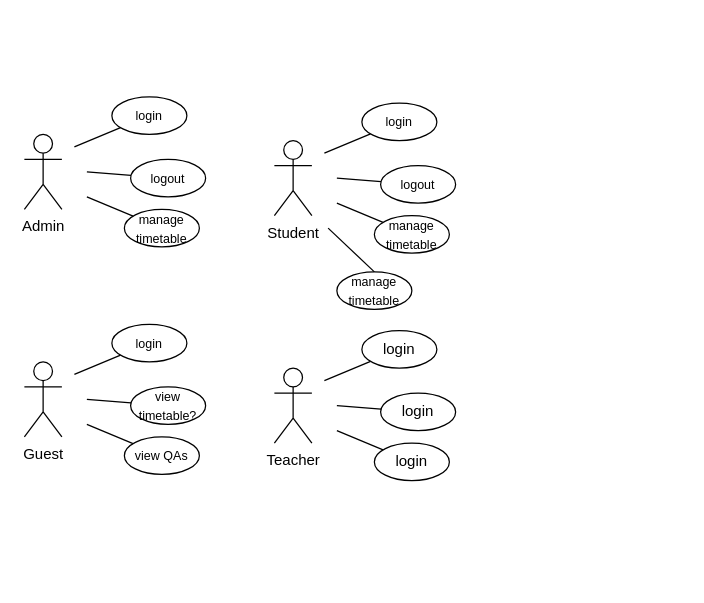
JackSuuu/SEPP-coursework keeps this draw.io diagram as Untitled Diagram.drawio. Above is the earlier version. Source tidied: cells renumbered, new cells numbered last; positions are measured from the earlier drawing's top-left corner, leaving out a move shared by most shapes. Both pictures are drawn from the tidied source at 125%, with x=0, y=0 at pixel (24, 96).
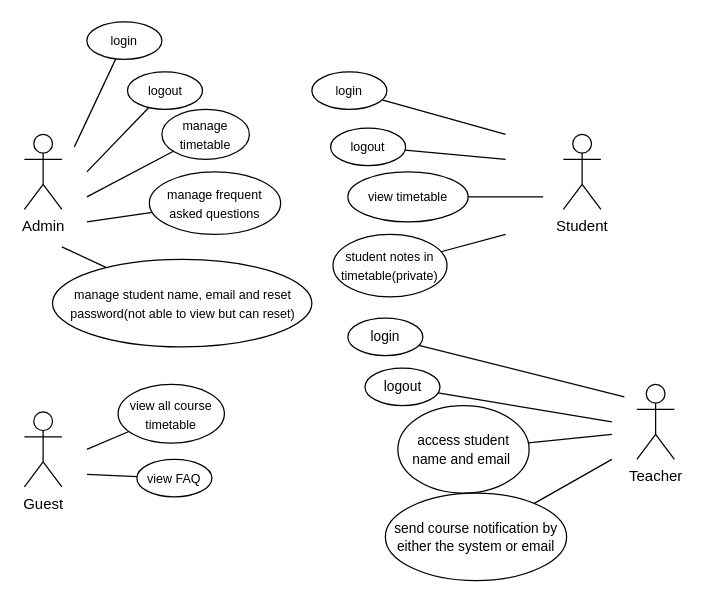
Above is the later version.

Diff of the diagram source:
```diff
@@
     <mxCell id="4" value="&lt;font style=&quot;font-size: 10px;&quot;&gt;login&lt;/font&gt;" style="ellipse;whiteSpace=wrap;html=1;" parent="1" vertex="1">
-      <mxGeometry x="70" width="60" height="30" as="geometry" />
+      <mxGeometry x="50" y="-60" width="60" height="30" as="geometry" />
     </mxCell>
@@
     <mxCell id="6" value="&lt;font style=&quot;font-size: 10px;&quot;&gt;logout&lt;/font&gt;" style="ellipse;whiteSpace=wrap;html=1;" parent="1" vertex="1">
-      <mxGeometry x="85" y="50" width="60" height="30" as="geometry" />
+      <mxGeometry x="82.5" y="-20" width="60" height="30" as="geometry" />
     </mxCell>
@@
     <mxCell id="8" value="&lt;span style=&quot;font-size: 10px;&quot;&gt;manage timetable&lt;/span&gt;" style="ellipse;whiteSpace=wrap;html=1;" parent="1" vertex="1">
-      <mxGeometry x="80" y="90" width="60" height="30" as="geometry" />
+      <mxGeometry x="110" y="10" width="70" height="40" as="geometry" />
     </mxCell>
     <mxCell id="9" value="Student" style="shape=umlActor;verticalLabelPosition=bottom;verticalAlign=top;html=1;" parent="1" vertex="1">
-      <mxGeometry x="200" y="35" width="30" height="60" as="geometry" />
+      <mxGeometry x="431.2" y="30" width="30" height="60" as="geometry" />
     </mxCell>
     <mxCell id="10" style="endArrow=none;html=1;rounded=0;" parent="1" edge="1" target="11">
       <mxGeometry relative="1" as="geometry">
-        <mxPoint x="240" y="45" as="sourcePoint" />
+        <mxPoint x="385" y="30" as="sourcePoint" />
       </mxGeometry>
     </mxCell>
     <mxCell id="11" value="&lt;font style=&quot;font-size: 10px;&quot;&gt;login&lt;/font&gt;" style="ellipse;whiteSpace=wrap;html=1;" parent="1" vertex="1">
-      <mxGeometry x="270" y="5" width="60" height="30" as="geometry" />
+      <mxGeometry x="230" y="-20" width="60" height="30" as="geometry" />
     </mxCell>
     <mxCell id="12" style="endArrow=none;html=1;rounded=0;" parent="1" edge="1" target="13">
       <mxGeometry relative="1" as="geometry">
-        <mxPoint x="250" y="65" as="sourcePoint" />
+        <mxPoint x="385" y="50" as="sourcePoint" />
       </mxGeometry>
     </mxCell>
     <mxCell id="13" value="&lt;font style=&quot;font-size: 10px;&quot;&gt;logout&lt;/font&gt;" style="ellipse;whiteSpace=wrap;html=1;" parent="1" vertex="1">
-      <mxGeometry x="285" y="55" width="60" height="30" as="geometry" />
+      <mxGeometry x="245" y="25" width="60" height="30" as="geometry" />
     </mxCell>
     <mxCell id="14" style="endArrow=none;html=1;rounded=0;" parent="1" edge="1" target="15">
       <mxGeometry relative="1" as="geometry">
-        <mxPoint x="250" y="85" as="sourcePoint" />
+        <mxPoint x="415" y="80" as="sourcePoint" />
       </mxGeometry>
     </mxCell>
-    <mxCell id="15" value="&lt;font style=&quot;font-size: 10px;&quot;&gt;manage timetable&lt;/font&gt;" style="ellipse;whiteSpace=wrap;html=1;" parent="1" vertex="1">
-      <mxGeometry x="280" y="95" width="60" height="30" as="geometry" />
+    <mxCell id="15" value="&lt;font style=&quot;font-size: 10px;&quot;&gt;view timetable&lt;/font&gt;" style="ellipse;whiteSpace=wrap;html=1;" parent="1" vertex="1">
+      <mxGeometry x="258.8" y="60" width="96.2" height="40" as="geometry" />
     </mxCell>
     <mxCell id="16" value="Guest" style="shape=umlActor;verticalLabelPosition=bottom;verticalAlign=top;html=1;" parent="1" vertex="1">
-      <mxGeometry y="212" width="30" height="60" as="geometry" />
+      <mxGeometry y="252" width="30" height="60" as="geometry" />
     </mxCell>
-    <mxCell id="17" style="endArrow=none;html=1;rounded=0;" parent="1" edge="1" target="18">
-      <mxGeometry relative="1" as="geometry">
-        <mxPoint x="40" y="222" as="sourcePoint" />
-      </mxGeometry>
-    </mxCell>
-    <mxCell id="18" value="&lt;font style=&quot;font-size: 10px;&quot;&gt;login&lt;/font&gt;" style="ellipse;whiteSpace=wrap;html=1;" parent="1" vertex="1">
-      <mxGeometry x="70" y="182" width="60" height="30" as="geometry" />
-    </mxCell>
     <mxCell id="19" style="endArrow=none;html=1;rounded=0;" parent="1" edge="1" target="20">
       <mxGeometry relative="1" as="geometry">
-        <mxPoint x="50" y="242" as="sourcePoint" />
+        <mxPoint x="50" y="282" as="sourcePoint" />
       </mxGeometry>
     </mxCell>
-    <mxCell id="20" value="&lt;font style=&quot;font-size: 10px;&quot;&gt;view timetable?&lt;/font&gt;" style="ellipse;whiteSpace=wrap;html=1;" parent="1" vertex="1">
-      <mxGeometry x="85" y="232" width="60" height="30" as="geometry" />
+    <mxCell id="20" value="&lt;font style=&quot;font-size: 10px;&quot;&gt;view all course timetable&lt;/font&gt;" style="ellipse;whiteSpace=wrap;html=1;" parent="1" vertex="1">
+      <mxGeometry x="75" y="230" width="85" height="47" as="geometry" />
     </mxCell>
     <mxCell id="21" style="endArrow=none;html=1;rounded=0;" parent="1" edge="1" target="22">
       <mxGeometry relative="1" as="geometry">
-        <mxPoint x="50" y="262" as="sourcePoint" />
+        <mxPoint x="50" y="302" as="sourcePoint" />
       </mxGeometry>
     </mxCell>
-    <mxCell id="22" value="&lt;font style=&quot;font-size: 10px;&quot;&gt;view QAs&lt;/font&gt;" style="ellipse;whiteSpace=wrap;html=1;" parent="1" vertex="1">
-      <mxGeometry x="80" y="272" width="60" height="30" as="geometry" />
+    <mxCell id="22" value="&lt;font style=&quot;font-size: 10px;&quot;&gt;view FAQ&lt;/font&gt;" style="ellipse;whiteSpace=wrap;html=1;" parent="1" vertex="1">
+      <mxGeometry x="90" y="290" width="60" height="30" as="geometry" />
     </mxCell>
     <mxCell id="23" value="Teacher" style="shape=umlActor;verticalLabelPosition=bottom;verticalAlign=top;html=1;" parent="1" vertex="1">
-      <mxGeometry x="200" y="217" width="30" height="60" as="geometry" />
+      <mxGeometry x="490" y="230" width="30" height="60" as="geometry" />
     </mxCell>
     <mxCell id="24" style="endArrow=none;html=1;rounded=0;" parent="1" edge="1" target="25">
       <mxGeometry relative="1" as="geometry">
-        <mxPoint x="240" y="227" as="sourcePoint" />
+        <mxPoint x="480" y="240" as="sourcePoint" />
       </mxGeometry>
     </mxCell>
-    <mxCell id="25" value="login" style="ellipse;whiteSpace=wrap;html=1;" parent="1" vertex="1">
-      <mxGeometry x="270" y="187" width="60" height="30" as="geometry" />
+    <mxCell id="25" value="&lt;font style=&quot;font-size: 11px;&quot;&gt;login&lt;/font&gt;" style="ellipse;whiteSpace=wrap;html=1;" parent="1" vertex="1">
+      <mxGeometry x="258.8" y="177" width="60" height="30" as="geometry" />
     </mxCell>
     <mxCell id="26" style="endArrow=none;html=1;rounded=0;" parent="1" edge="1" target="27">
       <mxGeometry relative="1" as="geometry">
-        <mxPoint x="250" y="247" as="sourcePoint" />
+        <mxPoint x="470" y="260" as="sourcePoint" />
       </mxGeometry>
     </mxCell>
-    <mxCell id="27" value="login" style="ellipse;whiteSpace=wrap;html=1;" parent="1" vertex="1">
-      <mxGeometry x="285" y="237" width="60" height="30" as="geometry" />
+    <mxCell id="27" value="&lt;font style=&quot;font-size: 11px;&quot;&gt;logout&lt;/font&gt;" style="ellipse;whiteSpace=wrap;html=1;" parent="1" vertex="1">
+      <mxGeometry x="272.5" y="217" width="60" height="30" as="geometry" />
     </mxCell>
     <mxCell id="28" style="endArrow=none;html=1;rounded=0;" parent="1" edge="1" target="29">
       <mxGeometry relative="1" as="geometry">
-        <mxPoint x="250" y="267" as="sourcePoint" />
+        <mxPoint x="470" y="270" as="sourcePoint" />
       </mxGeometry>
     </mxCell>
-    <mxCell id="29" value="login" style="ellipse;whiteSpace=wrap;html=1;" parent="1" vertex="1">
-      <mxGeometry x="280" y="277" width="60" height="30" as="geometry" />
+    <mxCell id="29" value="&lt;span style=&quot;font-size: 11px;&quot;&gt;access student name and email&amp;nbsp;&lt;/span&gt;" style="ellipse;whiteSpace=wrap;html=1;" parent="1" vertex="1">
+      <mxGeometry x="298.8" y="247" width="105" height="70" as="geometry" />
     </mxCell>
-    <mxCell id="30" value="&lt;font style=&quot;font-size: 10px;&quot;&gt;manage timetable&lt;/font&gt;" style="ellipse;whiteSpace=wrap;html=1;" parent="1" vertex="1">
-      <mxGeometry x="250" y="140" width="60" height="30" as="geometry" />
-    </mxCell>
-    <mxCell id="31" style="endArrow=none;html=1;rounded=0;entryX=0.5;entryY=0;entryDx=0;entryDy=0;" parent="1" edge="1" target="30">
-      <mxGeometry relative="1" as="geometry">
-        <mxPoint x="243" y="105" as="sourcePoint" />
-      </mxGeometry>
-    </mxCell>
+    <mxCell id="32" style="endArrow=none;html=1;rounded=0;" parent="1" edge="1" target="33">
+      <mxGeometry relative="1" as="geometry">
+        <mxPoint x="50" y="100" as="sourcePoint" />
+      </mxGeometry>
+    </mxCell>
+    <mxCell id="33" value="&lt;span style=&quot;font-size: 10px;&quot;&gt;manage frequent asked questions&lt;/span&gt;" style="ellipse;whiteSpace=wrap;html=1;" parent="1" vertex="1">
+      <mxGeometry x="100" y="60" width="105" height="50" as="geometry" />
+    </mxCell>
+    <mxCell id="34" style="endArrow=none;html=1;rounded=0;" parent="1" edge="1" target="35">
+      <mxGeometry relative="1" as="geometry">
+        <mxPoint x="30" y="120" as="sourcePoint" />
+      </mxGeometry>
+    </mxCell>
+    <mxCell id="35" value="&lt;span style=&quot;font-size: 10px;&quot;&gt;manage student name, email and reset password(not able to view but can reset)&lt;/span&gt;" style="ellipse;whiteSpace=wrap;html=1;" parent="1" vertex="1">
+      <mxGeometry x="22.5" y="130" width="207.5" height="70" as="geometry" />
+    </mxCell>
+    <mxCell id="36" style="endArrow=none;html=1;rounded=0;" parent="1" edge="1" target="37">
+      <mxGeometry relative="1" as="geometry">
+        <mxPoint x="385" y="110" as="sourcePoint" />
+      </mxGeometry>
+    </mxCell>
+    <mxCell id="37" value="&lt;font style=&quot;font-size: 10px;&quot;&gt;student notes in timetable(private)&lt;/font&gt;" style="ellipse;whiteSpace=wrap;html=1;" parent="1" vertex="1">
+      <mxGeometry x="246.9" y="110" width="91.2" height="50" as="geometry" />
+    </mxCell>
+    <mxCell id="38" style="endArrow=none;html=1;rounded=0;" parent="1" edge="1" target="39">
+      <mxGeometry relative="1" as="geometry">
+        <mxPoint x="470" y="290" as="sourcePoint" />
+      </mxGeometry>
+    </mxCell>
+    <mxCell id="39" value="&lt;span style=&quot;font-size: 11px;&quot;&gt;send course notification by either the system or email&lt;/span&gt;" style="ellipse;whiteSpace=wrap;html=1;" parent="1" vertex="1">
+      <mxGeometry x="288.8" y="317" width="145" height="70" as="geometry" />
+    </mxCell>
```
